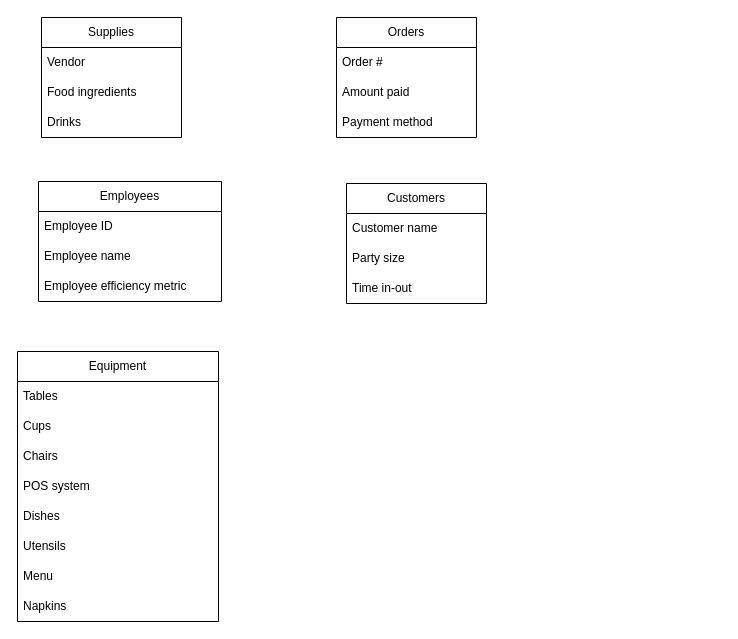
Before: Untitled Diagram.drawio in jdridges/W2_Exercises, a draw.io diagram. Source tidied: cells renumbered, new cells numbered last; positions are measured from the earlier drawing's top-left corner, leaving out a move shared by most shapes. Both pictures are drawn from the tidied source at 100%, with x=0, y=0 at pixel (17, 17).
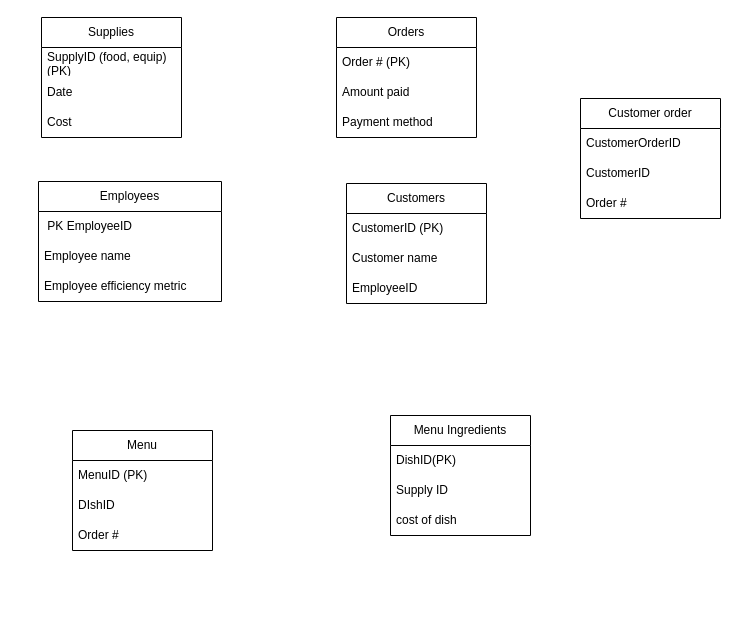
Above is the later version.

Unchanged cells that the change refers to:
```xml
<mxCell id="2" value="Customers" style="swimlane;fontStyle=0;horizontal=1;startSize=30;whiteSpace=wrap;html=1;" parent="1" vertex="1">
  <mxGeometry x="329" y="166" width="140" height="120" as="geometry" />
</mxCell>
<mxCell id="6" value="Supplies" style="swimlane;fontStyle=0;horizontal=1;startSize=30;whiteSpace=wrap;html=1;" parent="1" vertex="1">
  <mxGeometry x="24" width="140" height="120" as="geometry" />
</mxCell>
<mxCell id="10" value="Employees" style="swimlane;fontStyle=0;horizontal=1;startSize=30;whiteSpace=wrap;html=1;" parent="1" vertex="1">
  <mxGeometry x="21" y="164" width="183" height="120" as="geometry" />
</mxCell>
<mxCell id="14" value="Orders" style="swimlane;fontStyle=0;horizontal=1;startSize=30;whiteSpace=wrap;html=1;" parent="1" vertex="1">
  <mxGeometry x="319" width="140" height="120" as="geometry" />
</mxCell>
```

Change to the diagram source:
```diff
@@
+    <mxCell id="27" value="CustomerID (PK)" style="text;strokeColor=none;fillColor=none;align=left;verticalAlign=middle;spacingLeft=4;spacingRight=4;overflow=hidden;whiteSpace=wrap;html=1;" parent="2" vertex="1">
+      <mxGeometry y="30" width="140" height="30" as="geometry" />
+    </mxCell>
     <mxCell id="3" value="Customer name" style="text;strokeColor=none;fillColor=none;align=left;verticalAlign=middle;spacingLeft=4;spacingRight=4;overflow=hidden;whiteSpace=wrap;html=1;" parent="2" vertex="1">
-      <mxGeometry y="30" width="140" height="30" as="geometry" />
+      <mxGeometry y="60" width="140" height="30" as="geometry" />
     </mxCell>
-    <mxCell id="4" value="Party size&amp;nbsp;" style="text;strokeColor=none;fillColor=none;align=left;verticalAlign=middle;spacingLeft=4;spacingRight=4;overflow=hidden;whiteSpace=wrap;html=1;" parent="2" vertex="1">
-      <mxGeometry y="60" width="140" height="30" as="geometry" />
-    </mxCell>
-    <mxCell id="5" value="Time in-out" style="text;strokeColor=none;fillColor=none;align=left;verticalAlign=middle;spacingLeft=4;spacingRight=4;overflow=hidden;whiteSpace=wrap;html=1;" parent="2" vertex="1">
+    <mxCell id="5" value="EmployeeID" style="text;strokeColor=none;fillColor=none;align=left;verticalAlign=middle;spacingLeft=4;spacingRight=4;overflow=hidden;whiteSpace=wrap;html=1;" parent="2" vertex="1">
       <mxGeometry y="90" width="140" height="30" as="geometry" />
     </mxCell>
@@
-    <mxCell id="7" value="Vendor" style="text;strokeColor=none;fillColor=none;align=left;verticalAlign=middle;spacingLeft=4;spacingRight=4;overflow=hidden;whiteSpace=wrap;html=1;" parent="6" vertex="1">
+    <mxCell id="7" value="SupplyID (food, equip) (PK)" style="text;strokeColor=none;fillColor=none;align=left;verticalAlign=middle;spacingLeft=4;spacingRight=4;overflow=hidden;whiteSpace=wrap;html=1;" parent="6" vertex="1">
       <mxGeometry y="30" width="140" height="30" as="geometry" />
     </mxCell>
-    <mxCell id="8" value="Food ingredients" style="text;strokeColor=none;fillColor=none;align=left;verticalAlign=middle;spacingLeft=4;spacingRight=4;overflow=hidden;whiteSpace=wrap;html=1;" parent="6" vertex="1">
+    <mxCell id="8" value="Date" style="text;strokeColor=none;fillColor=none;align=left;verticalAlign=middle;spacingLeft=4;spacingRight=4;overflow=hidden;whiteSpace=wrap;html=1;" parent="6" vertex="1">
       <mxGeometry y="60" width="140" height="30" as="geometry" />
     </mxCell>
-    <mxCell id="9" value="Drinks" style="text;strokeColor=none;fillColor=none;align=left;verticalAlign=middle;spacingLeft=4;spacingRight=4;overflow=hidden;whiteSpace=wrap;html=1;" parent="6" vertex="1">
+    <mxCell id="9" value="Cost" style="text;strokeColor=none;fillColor=none;align=left;verticalAlign=middle;spacingLeft=4;spacingRight=4;overflow=hidden;whiteSpace=wrap;html=1;" parent="6" vertex="1">
       <mxGeometry y="90" width="140" height="30" as="geometry" />
     </mxCell>
@@
-    <mxCell id="11" value="Employee ID" style="text;strokeColor=none;fillColor=none;align=left;verticalAlign=middle;spacingLeft=4;spacingRight=4;overflow=hidden;whiteSpace=wrap;html=1;" parent="10" vertex="1">
+    <mxCell id="11" value="&amp;nbsp;PK EmployeeID" style="text;strokeColor=none;fillColor=none;align=left;verticalAlign=middle;spacingLeft=4;spacingRight=4;overflow=hidden;whiteSpace=wrap;html=1;" parent="10" vertex="1">
       <mxGeometry y="30" width="183" height="30" as="geometry" />
     </mxCell>
@@
-    <mxCell id="15" value="Order #" style="text;strokeColor=none;fillColor=none;align=left;verticalAlign=middle;spacingLeft=4;spacingRight=4;overflow=hidden;whiteSpace=wrap;html=1;" parent="14" vertex="1">
+    <mxCell id="15" value="Order # (PK)" style="text;strokeColor=none;fillColor=none;align=left;verticalAlign=middle;spacingLeft=4;spacingRight=4;overflow=hidden;whiteSpace=wrap;html=1;" parent="14" vertex="1">
       <mxGeometry y="30" width="140" height="30" as="geometry" />
     </mxCell>
@@
-    <mxCell id="18" value="Equipment" style="swimlane;fontStyle=0;horizontal=1;startSize=30;whiteSpace=wrap;html=1;" parent="1" vertex="1">
-      <mxGeometry y="334" width="201" height="270" as="geometry" />
-    </mxCell>
-    <mxCell id="19" value="Tables" style="text;strokeColor=none;fillColor=none;align=left;verticalAlign=middle;spacingLeft=4;spacingRight=4;overflow=hidden;whiteSpace=wrap;html=1;" parent="18" vertex="1">
-      <mxGeometry y="30" width="201" height="30" as="geometry" />
-    </mxCell>
-    <mxCell id="20" value="Cups" style="text;strokeColor=none;fillColor=none;align=left;verticalAlign=middle;spacingLeft=4;spacingRight=4;overflow=hidden;whiteSpace=wrap;html=1;" parent="18" vertex="1">
-      <mxGeometry y="60" width="201" height="30" as="geometry" />
-    </mxCell>
-    <mxCell id="21" value="Chairs" style="text;strokeColor=none;fillColor=none;align=left;verticalAlign=middle;spacingLeft=4;spacingRight=4;overflow=hidden;whiteSpace=wrap;html=1;" parent="18" vertex="1">
-      <mxGeometry y="90" width="201" height="30" as="geometry" />
-    </mxCell>
-    <mxCell id="22" value="POS system" style="text;strokeColor=none;fillColor=none;align=left;verticalAlign=middle;spacingLeft=4;spacingRight=4;overflow=hidden;whiteSpace=wrap;html=1;" parent="18" vertex="1">
-      <mxGeometry y="120" width="201" height="30" as="geometry" />
-    </mxCell>
-    <mxCell id="23" value="Dishes" style="text;strokeColor=none;fillColor=none;align=left;verticalAlign=middle;spacingLeft=4;spacingRight=4;overflow=hidden;whiteSpace=wrap;html=1;" parent="18" vertex="1">
-      <mxGeometry y="150" width="201" height="30" as="geometry" />
-    </mxCell>
-    <mxCell id="24" value="Utensils" style="text;strokeColor=none;fillColor=none;align=left;verticalAlign=middle;spacingLeft=4;spacingRight=4;overflow=hidden;whiteSpace=wrap;html=1;" parent="18" vertex="1">
-      <mxGeometry y="180" width="201" height="30" as="geometry" />
-    </mxCell>
-    <mxCell id="25" value="Menu" style="text;strokeColor=none;fillColor=none;align=left;verticalAlign=middle;spacingLeft=4;spacingRight=4;overflow=hidden;whiteSpace=wrap;html=1;" parent="18" vertex="1">
-      <mxGeometry y="210" width="201" height="30" as="geometry" />
+    <mxCell id="25" value="Menu" style="swimlane;fontStyle=0;horizontal=1;startSize=30;whiteSpace=wrap;html=1;" parent="1" vertex="1">
+      <mxGeometry x="55" y="413" width="140" height="120" as="geometry" />
     </mxCell>
-    <mxCell id="26" value="Napkins" style="text;strokeColor=none;fillColor=none;align=left;verticalAlign=middle;spacingLeft=4;spacingRight=4;overflow=hidden;whiteSpace=wrap;html=1;" parent="18" vertex="1">
-      <mxGeometry y="240" width="201" height="30" as="geometry" />
-    </mxCell>
+    <mxCell id="28" value="MenuID (PK)&amp;nbsp; &amp;nbsp;" style="text;strokeColor=none;fillColor=none;align=left;verticalAlign=middle;spacingLeft=4;spacingRight=4;overflow=hidden;whiteSpace=wrap;html=1;" parent="25" vertex="1">
+      <mxGeometry y="30" width="140" height="30" as="geometry" />
+    </mxCell>
+    <mxCell id="29" value="DIshID" style="text;strokeColor=none;fillColor=none;align=left;verticalAlign=middle;spacingLeft=4;spacingRight=4;overflow=hidden;whiteSpace=wrap;html=1;" parent="25" vertex="1">
+      <mxGeometry y="60" width="140" height="30" as="geometry" />
+    </mxCell>
+    <mxCell id="30" value="Order #" style="text;strokeColor=none;fillColor=none;align=left;verticalAlign=middle;spacingLeft=4;spacingRight=4;overflow=hidden;whiteSpace=wrap;html=1;" parent="25" vertex="1">
+      <mxGeometry y="90" width="140" height="30" as="geometry" />
+    </mxCell>
+    <mxCell id="31" value="Menu Ingredients" style="swimlane;fontStyle=0;horizontal=1;startSize=30;whiteSpace=wrap;html=1;" parent="1" vertex="1">
+      <mxGeometry x="373" y="398" width="140" height="120" as="geometry" />
+    </mxCell>
+    <mxCell id="32" value="DishID(PK)" style="text;strokeColor=none;fillColor=none;align=left;verticalAlign=middle;spacingLeft=4;spacingRight=4;overflow=hidden;whiteSpace=wrap;html=1;" parent="31" vertex="1">
+      <mxGeometry y="30" width="140" height="30" as="geometry" />
+    </mxCell>
+    <mxCell id="33" value="Supply ID" style="text;strokeColor=none;fillColor=none;align=left;verticalAlign=middle;spacingLeft=4;spacingRight=4;overflow=hidden;whiteSpace=wrap;html=1;" parent="31" vertex="1">
+      <mxGeometry y="60" width="140" height="30" as="geometry" />
+    </mxCell>
+    <mxCell id="34" value="cost of dish&amp;nbsp;" style="text;strokeColor=none;fillColor=none;align=left;verticalAlign=middle;spacingLeft=4;spacingRight=4;overflow=hidden;whiteSpace=wrap;html=1;" parent="31" vertex="1">
+      <mxGeometry y="90" width="140" height="30" as="geometry" />
+    </mxCell>
+    <mxCell id="35" value="Customer order" style="swimlane;fontStyle=0;horizontal=1;startSize=30;whiteSpace=wrap;html=1;" parent="1" vertex="1">
+      <mxGeometry x="563" y="81" width="140" height="120" as="geometry" />
+    </mxCell>
+    <mxCell id="36" value="CustomerOrderID" style="text;strokeColor=none;fillColor=none;align=left;verticalAlign=middle;spacingLeft=4;spacingRight=4;overflow=hidden;whiteSpace=wrap;html=1;" parent="35" vertex="1">
+      <mxGeometry y="30" width="140" height="30" as="geometry" />
+    </mxCell>
+    <mxCell id="37" value="CustomerID" style="text;strokeColor=none;fillColor=none;align=left;verticalAlign=middle;spacingLeft=4;spacingRight=4;overflow=hidden;whiteSpace=wrap;html=1;" parent="35" vertex="1">
+      <mxGeometry y="60" width="140" height="30" as="geometry" />
+    </mxCell>
+    <mxCell id="38" value="Order #" style="text;strokeColor=none;fillColor=none;align=left;verticalAlign=middle;spacingLeft=4;spacingRight=4;overflow=hidden;whiteSpace=wrap;html=1;" parent="35" vertex="1">
+      <mxGeometry y="90" width="140" height="30" as="geometry" />
+    </mxCell>
```
